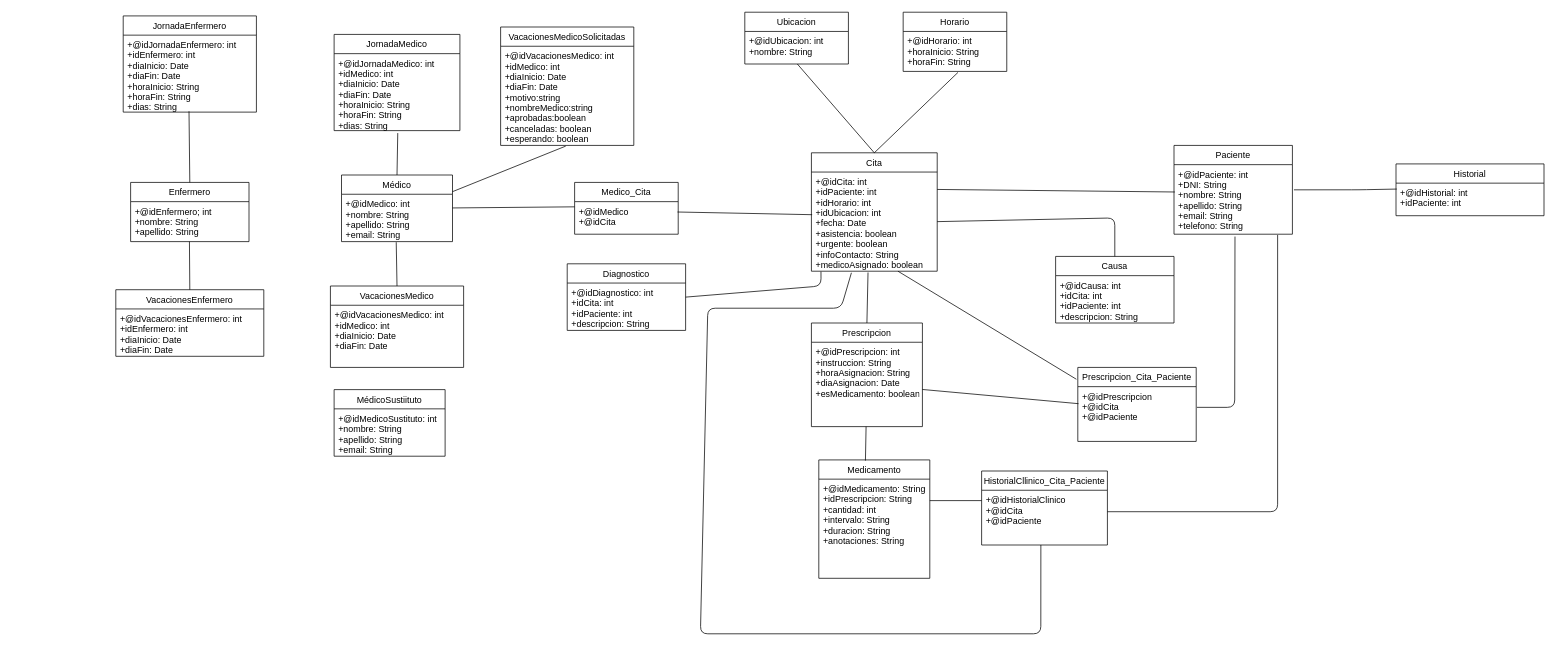
This is BBDD/diseño/DiagramaIPS.G IPS.drawio from nicomencia/IPS21_L33, a draw.io file, before an edit. Source tidied: cells renumbered, new cells numbered last; positions are measured from the earlier drawing's top-left corner, leaving out a move shared by most shapes. Both pictures are drawn from the tidied source at 74%, with x=0, y=0 at pixel (115, 12).
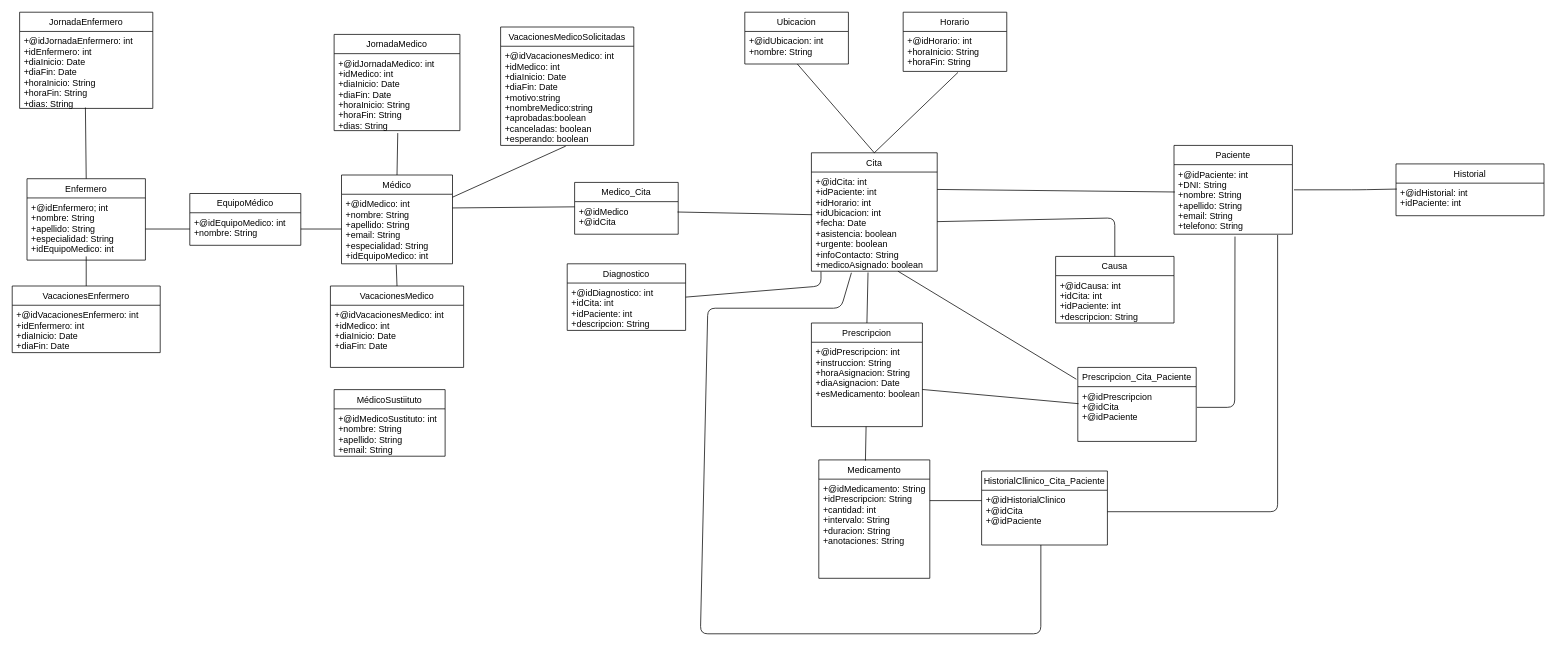
The same diagram, later.

Unchanged cells that the change refers to:
```xml
<mxCell id="19" value="+@idJornadaEnfermero: int&#10;+idEnfermero: int&#10;+diaInicio: Date&#10;+diaFin: Date&#10;+horaInicio: String&#10;+horaFin: String&#10;+dias: String" style="text;strokeColor=none;fillColor=none;align=left;verticalAlign=top;spacingLeft=4;spacingRight=4;overflow=hidden;points=[[0,0.5],[1,0.5]];portConstraint=eastwest;" parent="18" vertex="1">
  <mxGeometry y="26" width="180" height="104" as="geometry" />
</mxCell>
```

Diff of the diagram source:
```diff
@@
     <mxCell id="5" style="endArrow=none;html=1;" parent="1" edge="1">
       <mxGeometry relative="1" as="geometry">
-        <mxPoint x="100" y="375" as="sourcePoint" />
-        <mxPoint x="99.5" y="310" as="targetPoint" />
+        <mxPoint x="-40" y="370" as="sourcePoint" />
+        <mxPoint x="-40" y="330" as="targetPoint" />
       </mxGeometry>
     </mxCell>
@@
     <mxCell id="9" style="endArrow=none;html=1;entryX=0.494;entryY=0.989;entryDx=0;entryDy=0;entryPerimeter=0;" parent="1" edge="1" target="19">
       <mxGeometry relative="1" as="geometry">
-        <mxPoint x="100" y="230" as="sourcePoint" />
+        <mxPoint x="-40" y="225" as="sourcePoint" />
       </mxGeometry>
     </mxCell>
     <mxCell id="10" value="Médico" style="swimlane;fontStyle=0;horizontal=1;startSize=26;fillColor=none;" parent="1" vertex="1">
-      <mxGeometry x="305" y="220" width="150" height="90" as="geometry" />
+      <mxGeometry x="305" y="220" width="150" height="120" as="geometry" />
     </mxCell>
-    <mxCell id="11" value="+@idMedico: int&#10;+nombre: String&#10;+apellido: String&#10;+email: String" style="text;strokeColor=none;fillColor=none;align=left;verticalAlign=top;spacingLeft=4;spacingRight=4;overflow=hidden;points=[[0,0.5],[1,0.5]];portConstraint=eastwest;" parent="10" vertex="1">
-      <mxGeometry y="26" width="150" height="64" as="geometry" />
+    <mxCell id="11" value="+@idMedico: int&#10;+nombre: String&#10;+apellido: String&#10;+email: String&#10;+especialidad: String&#10;+idEquipoMedico: int&#10;" style="text;strokeColor=none;fillColor=none;align=left;verticalAlign=top;spacingLeft=4;spacingRight=4;overflow=hidden;points=[[0,0.5],[1,0.5]];portConstraint=eastwest;" parent="10" vertex="1">
+      <mxGeometry y="26" width="150" height="94" as="geometry" />
     </mxCell>
@@
     <mxCell id="16" value="Enfermero" style="swimlane;fontStyle=0;horizontal=1;startSize=26;fillColor=none;" parent="1" vertex="1">
-      <mxGeometry x="20" y="230" width="160" height="80" as="geometry" />
+      <mxGeometry x="-120" y="225" width="160" height="110" as="geometry" />
     </mxCell>
-    <mxCell id="17" value="+@idEnfermero; int&#10;+nombre: String&#10;+apellido: String" style="text;strokeColor=none;fillColor=none;align=left;verticalAlign=top;spacingLeft=4;spacingRight=4;overflow=hidden;points=[[0,0.5],[1,0.5]];portConstraint=eastwest;" parent="16" vertex="1">
-      <mxGeometry y="26" width="160" height="54" as="geometry" />
+    <mxCell id="17" value="+@idEnfermero; int&#10;+nombre: String&#10;+apellido: String&#10;+especialidad: String&#10;+idEquipoMedico: int" style="text;strokeColor=none;fillColor=none;align=left;verticalAlign=top;spacingLeft=4;spacingRight=4;overflow=hidden;points=[[0,0.5],[1,0.5]];portConstraint=eastwest;" parent="16" vertex="1">
+      <mxGeometry y="26" width="160" height="84" as="geometry" />
     </mxCell>
     <mxCell id="18" value="JornadaEnfermero" style="swimlane;fontStyle=0;horizontal=1;startSize=26;fillColor=none;" parent="1" vertex="1">
-      <mxGeometry x="10" y="5" width="180" height="130" as="geometry" />
+      <mxGeometry x="-130" width="180" height="130" as="geometry" />
     </mxCell>
@@
     <mxCell id="20" value="VacacionesEnfermero" style="swimlane;fontStyle=0;horizontal=1;startSize=26;fillColor=none;" parent="1" vertex="1">
-      <mxGeometry y="375" width="200" height="90" as="geometry" />
+      <mxGeometry x="-140" y="370" width="200" height="90" as="geometry" />
     </mxCell>
@@
+    <mxCell id="63" value="EquipoMédico" style="swimlane;fontStyle=0;horizontal=1;startSize=26;fillColor=none;" parent="1" vertex="1">
+      <mxGeometry x="100" y="245" width="150" height="70" as="geometry" />
+    </mxCell>
+    <mxCell id="64" value="+@idEquipoMedico: int&#10;+nombre: String&#10;" style="text;strokeColor=none;fillColor=none;align=left;verticalAlign=top;spacingLeft=4;spacingRight=4;overflow=hidden;points=[[0,0.5],[1,0.5]];portConstraint=eastwest;" parent="63" vertex="1">
+      <mxGeometry y="26" width="150" height="44" as="geometry" />
+    </mxCell>
+    <mxCell id="65" style="edgeStyle=orthogonalEdgeStyle;rounded=0;jettySize=auto;html=1;exitX=1;exitY=0.5;exitDx=0;exitDy=0;entryX=0;entryY=0.5;entryDx=0;entryDy=0;endArrow=none;endFill=0;" parent="1" edge="1" source="64" target="11">
+      <mxGeometry relative="1" as="geometry" />
+    </mxCell>
+    <mxCell id="66" style="edgeStyle=orthogonalEdgeStyle;rounded=0;jettySize=auto;html=1;exitX=0;exitY=0.5;exitDx=0;exitDy=0;entryX=1;entryY=0.5;entryDx=0;entryDy=0;endArrow=none;endFill=0;" parent="1" edge="1" source="64" target="17">
+      <mxGeometry relative="1" as="geometry" />
+    </mxCell>
```
